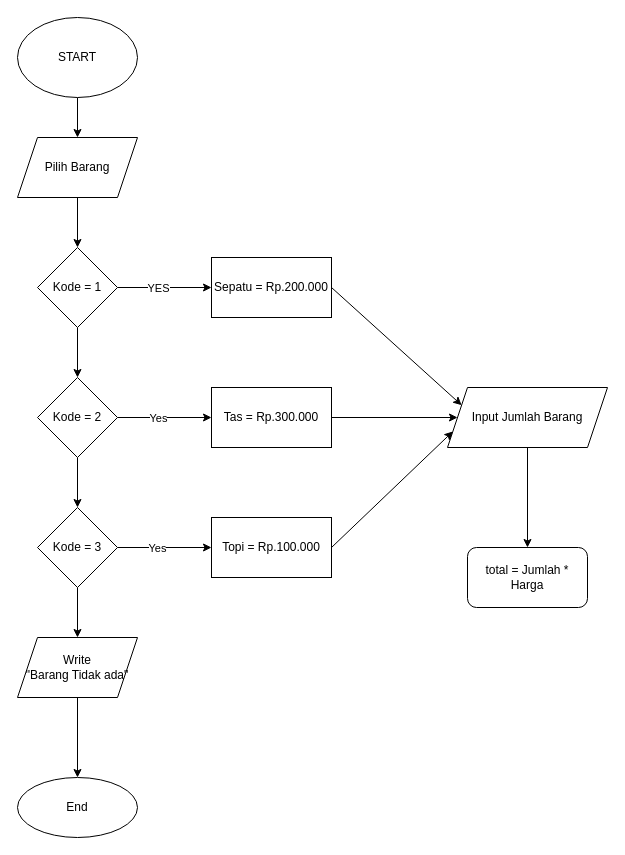
This is flowchart.drawio from Fajar-Putra-Setiawan/Fajar_Putra-Sistem_Kasir, a draw.io file, before an edit. Source tidied: cells renumbered, new cells numbered last; positions are measured from the earlier drawing's top-left corner, leaving out a move shared by most shapes. Both pictures are drawn from the tidied source at 100%, with x=0, y=0 at pixel (17, 17).
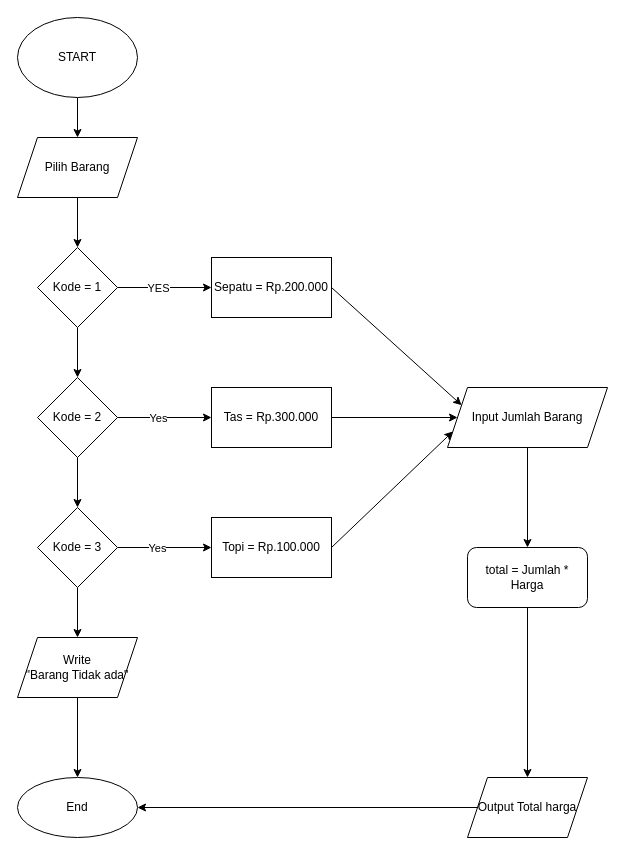
After the change.

Unchanged cells that the change refers to:
```xml
<mxCell id="27" value="total = Jumlah * Harga" style="rounded=1;whiteSpace=wrap;html=1;" parent="1" vertex="1">
  <mxGeometry x="450" y="530" width="120" height="60" as="geometry" />
</mxCell>
<mxCell id="29" value="End" style="ellipse;whiteSpace=wrap;html=1;" parent="1" vertex="1">
  <mxGeometry y="760" width="120" height="60" as="geometry" />
</mxCell>
```

Diff of the diagram source:
```diff
@@
+    <mxCell id="30" value="Output Total harga" style="shape=parallelogram;perimeter=parallelogramPerimeter;whiteSpace=wrap;html=1;fixedSize=1;" parent="1" vertex="1">
+      <mxGeometry x="450" y="760" width="120" height="60" as="geometry" />
+    </mxCell>
+    <mxCell id="31" style="endArrow=classic;html=1;exitX=0;exitY=0.5;exitDx=0;exitDy=0;entryX=1;entryY=0.5;entryDx=0;entryDy=0;" parent="1" edge="1" source="30" target="29">
+      <mxGeometry relative="1" as="geometry" />
+    </mxCell>
+    <mxCell id="32" style="endArrow=classic;html=1;exitX=0.5;exitY=1;exitDx=0;exitDy=0;entryX=0.5;entryY=0;entryDx=0;entryDy=0;" parent="1" edge="1" source="27" target="30">
+      <mxGeometry relative="1" as="geometry" />
+    </mxCell>
```
